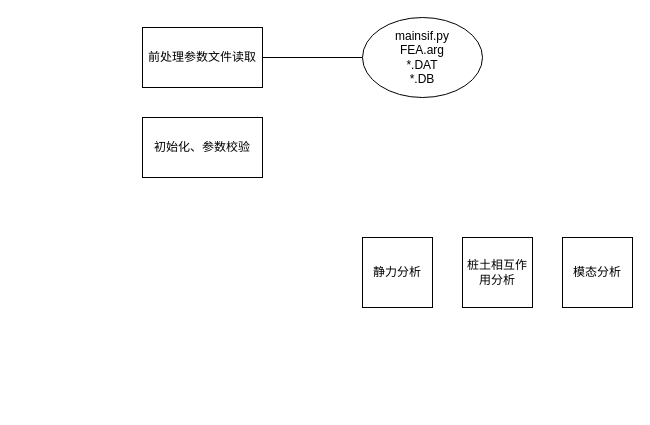
Before: gdy_fea.drawio in Harekaze-Misakiakeno/uml, a draw.io diagram. Source tidied: cells renumbered, new cells numbered last; positions are measured from the earlier drawing's top-left corner, leaving out a move shared by most shapes. Both pictures are drawn from the tidied source at 100%, with x=0, y=0 at pixel (142, 17).
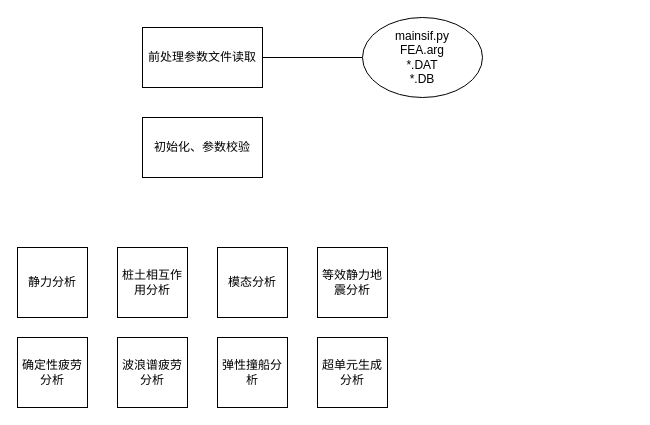
The same page after the edit.

Change to the diagram source:
```diff
@@
 <mxGraphModel>
   <root>
     <mxCell id="0" />
     <mxCell id="1" parent="0" />
     <mxCell id="2" style="edgeStyle=orthogonalEdgeStyle;rounded=0;jettySize=auto;html=1;entryX=0;entryY=0.5;entryDx=0;entryDy=0;shape=filledEdge;fillColor=default;strokeColor=default;endArrow=none;endFill=0;" parent="1" edge="1" source="3" target="5">
       <mxGeometry relative="1" as="geometry" />
     </mxCell>
     <mxCell id="3" value="前处理参数文件读取" style="rounded=0;whiteSpace=wrap;html=1;textShadow=0;" parent="1" vertex="1">
       <mxGeometry y="10" width="120" height="60" as="geometry" />
     </mxCell>
     <mxCell id="4" value="初始化、参数校验" style="rounded=0;whiteSpace=wrap;html=1;textShadow=0;" parent="1" vertex="1">
       <mxGeometry y="100" width="120" height="60" as="geometry" />
     </mxCell>
     <mxCell id="5" value="mainsif.py&lt;div&gt;FEA.arg&lt;/div&gt;&lt;div&gt;*.DAT&lt;/div&gt;&lt;div&gt;*.DB&lt;/div&gt;" style="ellipse;whiteSpace=wrap;html=1;" parent="1" vertex="1">
       <mxGeometry x="220" width="120" height="80" as="geometry" />
     </mxCell>
     <mxCell id="6" value="静力分析" style="whiteSpace=wrap;html=1;" parent="1" vertex="1">
-      <mxGeometry x="220" y="220" width="70" height="70" as="geometry" />
+      <mxGeometry x="-125" y="230" width="70" height="70" as="geometry" />
     </mxCell>
     <mxCell id="7" value="桩土相互作用分析" style="whiteSpace=wrap;html=1;" parent="1" vertex="1">
-      <mxGeometry x="320" y="220" width="70" height="70" as="geometry" />
+      <mxGeometry x="-25" y="230" width="70" height="70" as="geometry" />
     </mxCell>
     <mxCell id="8" value="模态分析" style="whiteSpace=wrap;html=1;" parent="1" vertex="1">
-      <mxGeometry x="420" y="220" width="70" height="70" as="geometry" />
+      <mxGeometry x="75" y="230" width="70" height="70" as="geometry" />
     </mxCell>
+    <mxCell id="9" value="等效静力地震分析" style="whiteSpace=wrap;html=1;" parent="1" vertex="1">
+      <mxGeometry x="175" y="230" width="70" height="70" as="geometry" />
+    </mxCell>
+    <mxCell id="10" value="超单元生成分析" style="whiteSpace=wrap;html=1;" parent="1" vertex="1">
+      <mxGeometry x="175" y="320" width="70" height="70" as="geometry" />
+    </mxCell>
+    <mxCell id="11" value="确定性疲劳分析" style="whiteSpace=wrap;html=1;" parent="1" vertex="1">
+      <mxGeometry x="-125" y="320" width="70" height="70" as="geometry" />
+    </mxCell>
+    <mxCell id="12" value="波浪谱疲劳分析" style="whiteSpace=wrap;html=1;" parent="1" vertex="1">
+      <mxGeometry x="-25" y="320" width="70" height="70" as="geometry" />
+    </mxCell>
+    <mxCell id="13" value="弹性撞船分析" style="whiteSpace=wrap;html=1;" parent="1" vertex="1">
+      <mxGeometry x="75" y="320" width="70" height="70" as="geometry" />
+    </mxCell>
   </root>
 </mxGraphModel>
```
